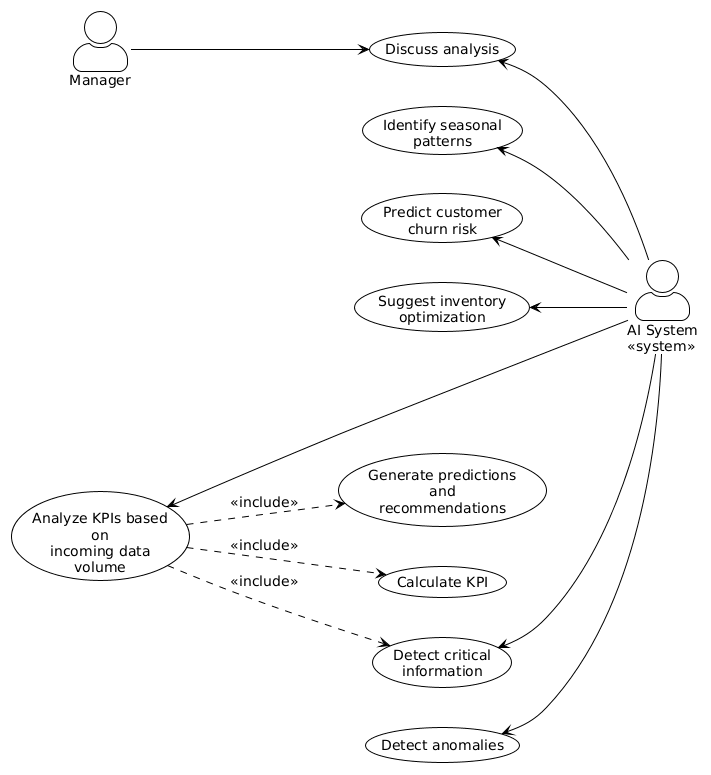
This is images/sprint3/usecase minimal.png from rayenbenzid1/PFE-Latex, a PlantUML export, as it was before one commit.
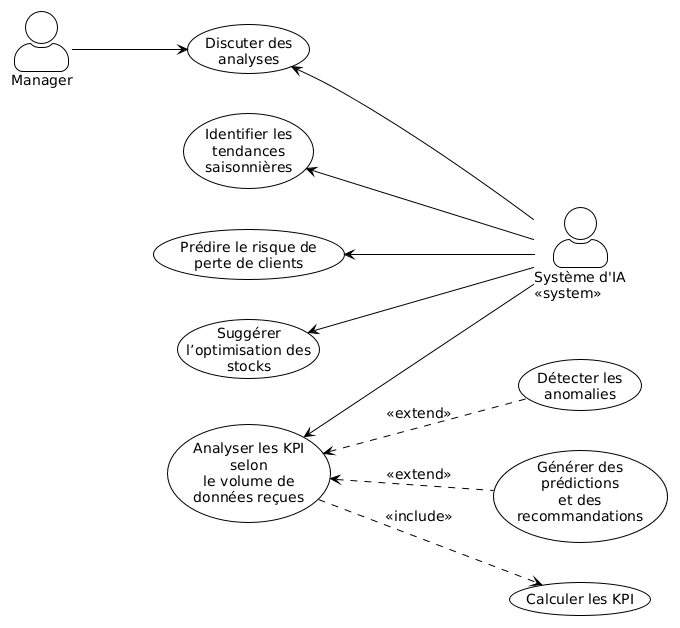
The same file after the commit.

Change to the diagram source:
```diff
@@ -9,29 +9,26 @@
 
 actor "Manager" as Manager
 
-actor "AI System\n<<system>>" as AISystem
+actor "Système d'IA\n<<system>>" as AISystem
 
-usecase "Discuss analysis" as UC_Discuss
-usecase "Identify seasonal patterns" as UC_Seasonal
-usecase "Predict customer churn risk" as UC_Churn
-usecase "Suggest inventory optimization" as UC_Inventory
-usecase "Analyze KPIs based on\nincoming data volume" as UC_AnalyzeKPI
-usecase "Detect anomalies" as UC_Anomalies
-usecase "Generate predictions\nand recommendations" as UC_Predictions
-usecase "Calculate KPI" as UC_CalcKPI
-usecase "Detect critical information" as UC_Critical
+usecase "Discuter des analyses" as UC_Discuss
+usecase "Identifier les tendances saisonnières" as UC_Seasonal
+usecase "Prédire le risque de perte de clients" as UC_Churn
+usecase "Suggérer l’optimisation des stocks" as UC_Inventory
+usecase "Analyser les KPI selon\nle volume de données reçues" as UC_AnalyzeKPI
+usecase "Détecter les anomalies" as UC_Anomalies
+usecase "Générer des prédictions\net des recommandations" as UC_Predictions
+usecase "Calculer les KPI" as UC_CalcKPI
 
 Manager --> UC_Discuss
-UC_Discuss    <-- AISystem
+UC_Discuss <-- AISystem
 
-UC_Seasonal    <-- AISystem
-UC_Churn       <-- AISystem
-UC_Inventory   <-- AISystem
-UC_AnalyzeKPI  <-- AISystem
-UC_Anomalies   <-- AISystem
-UC_Critical    <-- AISystem
+UC_Seasonal <-- AISystem
+UC_Churn <-- AISystem
+UC_Inventory <-- AISystem
+UC_AnalyzeKPI <-- AISystem
 
-UC_AnalyzeKPI ..> UC_Predictions : <<include>>
-UC_AnalyzeKPI ..> UC_CalcKPI     : <<include>>
-UC_AnalyzeKPI ..> UC_Critical    : <<include>>
+UC_AnalyzeKPI <.. UC_Predictions : <<extend>>
+UC_AnalyzeKPI ..> UC_CalcKPI : <<include>>
+UC_AnalyzeKPI <.. UC_Anomalies : <<extend>>
 @enduml
```
